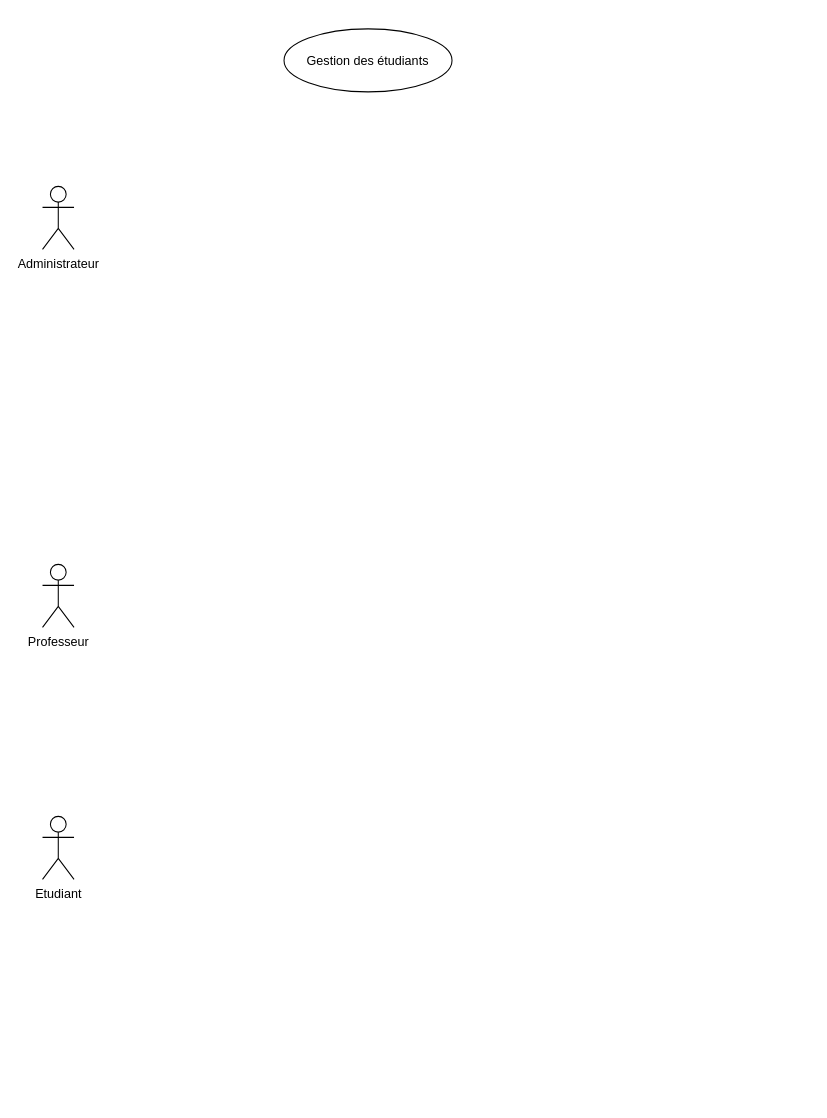
This is Diagramme activité.drawio from Alino999/U-AUBEN, a draw.io file, before an edit. Source tidied: cells renumbered, new cells numbered last; positions are measured from the earlier drawing's top-left corner, leaving out a move shared by most shapes. Both pictures are drawn from the tidied source at 105%, with x=0, y=0 at pixel (42, 28).
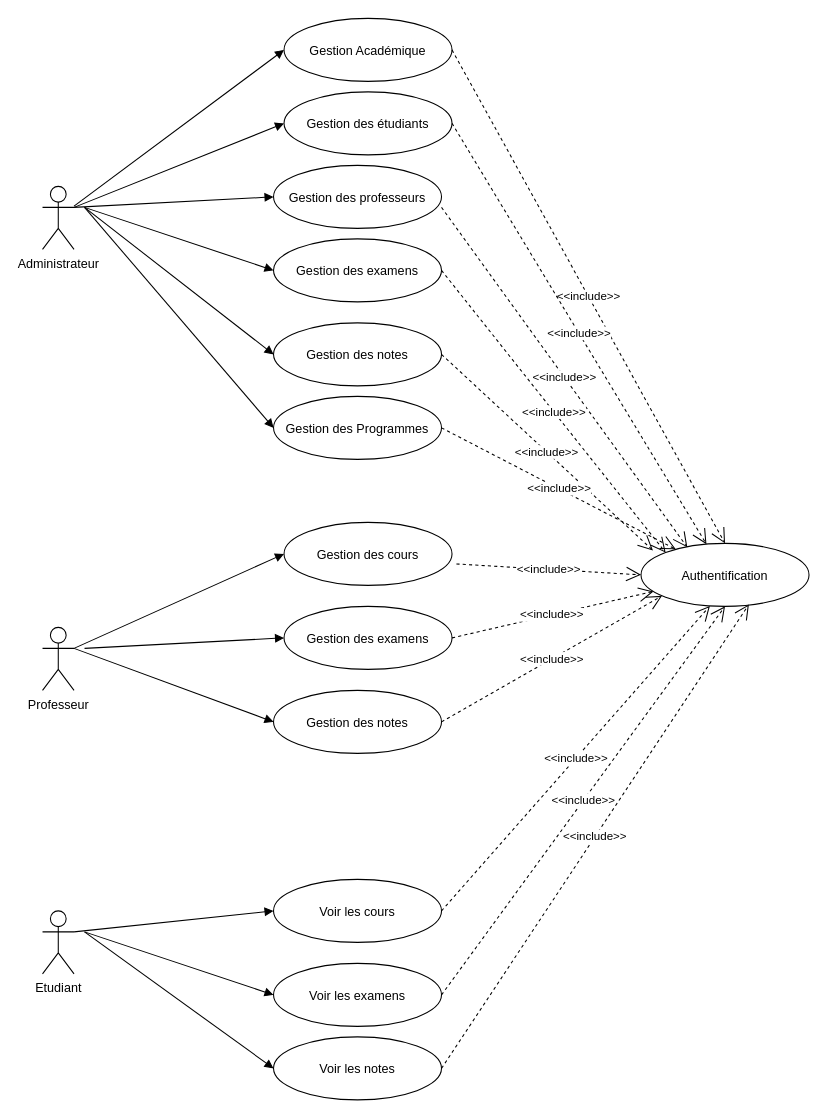
The same diagram, later.

Commit message (it also covers changes not shown here):
Mettre à jour Diagramme activité.drawio

The change refers to these unchanged cells:
```xml
<mxCell id="2" value="Administrateur" style="shape=umlActor;verticalLabelPosition=bottom;verticalAlign=top;html=1;" parent="1" vertex="1">
  <mxGeometry y="150" width="30" height="60" as="geometry" />
</mxCell>
```

What changed in the source:
```diff
@@
     <mxCell id="3" value="Professeur" style="shape=umlActor;verticalLabelPosition=bottom;verticalAlign=top;html=1;" parent="1" vertex="1">
-      <mxGeometry y="510" width="30" height="60" as="geometry" />
+      <mxGeometry y="570" width="30" height="60" as="geometry" />
     </mxCell>
     <mxCell id="4" value="Etudiant" style="shape=umlActor;verticalLabelPosition=bottom;verticalAlign=top;html=1;" parent="1" vertex="1">
-      <mxGeometry y="750" width="30" height="60" as="geometry" />
+      <mxGeometry y="840" width="30" height="60" as="geometry" />
     </mxCell>
-    <mxCell id="5" value="Gestion des étudiants" style="ellipse;" parent="1" vertex="1">
-      <mxGeometry x="230" width="160" height="60" as="geometry" />
+    <mxCell id="5" value="Gestion des étudiants" style="ellipse;strokeColor=#000000;" parent="1" vertex="1">
+      <mxGeometry x="230" y="60" width="160" height="60" as="geometry" />
     </mxCell>
+    <mxCell id="6" value="Gestion des professeurs" style="ellipse;strokeColor=#000000;" parent="1" vertex="1">
+      <mxGeometry x="220" y="130" width="160" height="60" as="geometry" />
+    </mxCell>
+    <mxCell id="7" value="Gestion Académique" style="ellipse;strokeColor=#000000;" parent="1" vertex="1">
+      <mxGeometry x="230" y="-10" width="160" height="60" as="geometry" />
+    </mxCell>
+    <mxCell id="8" value="Gestion des examens" style="ellipse;strokeColor=#000000;" parent="1" vertex="1">
+      <mxGeometry x="220" y="200" width="160" height="60" as="geometry" />
+    </mxCell>
+    <mxCell id="9" value="Gestion des notes" style="ellipse;strokeColor=#000000;" parent="1" vertex="1">
+      <mxGeometry x="220" y="280" width="160" height="60" as="geometry" />
+    </mxCell>
+    <mxCell id="10" value="Gestion des Programmes" style="ellipse;strokeColor=#000000;" parent="1" vertex="1">
+      <mxGeometry x="220" y="350" width="160" height="60" as="geometry" />
+    </mxCell>
+    <mxCell id="11" value="Gestion des notes" style="ellipse;strokeColor=#000000;" parent="1" vertex="1">
+      <mxGeometry x="220" y="630" width="160" height="60" as="geometry" />
+    </mxCell>
+    <mxCell id="12" value="Gestion des examens" style="ellipse;strokeColor=#000000;" parent="1" vertex="1">
+      <mxGeometry x="230" y="550" width="160" height="60" as="geometry" />
+    </mxCell>
+    <mxCell id="13" value="Gestion des cours" style="ellipse;strokeColor=#000000;" parent="1" vertex="1">
+      <mxGeometry x="230" y="470" width="160" height="60" as="geometry" />
+    </mxCell>
+    <mxCell id="14" value="Voir les notes" style="ellipse;strokeColor=#000000;" parent="1" vertex="1">
+      <mxGeometry x="220" y="960" width="160" height="60" as="geometry" />
+    </mxCell>
+    <mxCell id="15" value="Voir les examens" style="ellipse;strokeColor=#000000;" parent="1" vertex="1">
+      <mxGeometry x="220" y="890" width="160" height="60" as="geometry" />
+    </mxCell>
+    <mxCell id="16" value="Voir les cours" style="ellipse;strokeColor=#000000;" parent="1" vertex="1">
+      <mxGeometry x="220" y="810" width="160" height="60" as="geometry" />
+    </mxCell>
+    <mxCell id="17" value="Authentification" style="ellipse;strokeColor=#000000;" parent="1" vertex="1">
+      <mxGeometry x="570" y="490" width="160" height="60" as="geometry" />
+    </mxCell>
+    <mxCell id="18" value="&amp;lt;&amp;lt;include&amp;gt;&amp;gt;" style="endArrow=open;endSize=12;dashed=1;html=1;rounded=0;exitX=1;exitY=0.5;exitDx=0;exitDy=0;entryX=0.5;entryY=0;entryDx=0;entryDy=0;" parent="1" edge="1" source="7" target="17">
+      <mxGeometry relative="1" as="geometry" />
+    </mxCell>
+    <mxCell id="19" value="&amp;lt;&amp;lt;include&amp;gt;&amp;gt;" style="endArrow=open;endSize=12;dashed=1;html=1;rounded=0;exitX=1;exitY=0.5;exitDx=0;exitDy=0;" parent="1" edge="1" source="5" target="17">
+      <mxGeometry relative="1" as="geometry" />
+    </mxCell>
+    <mxCell id="20" value="&amp;lt;&amp;lt;include&amp;gt;&amp;gt;" style="endArrow=open;endSize=12;dashed=1;html=1;rounded=0;entryX=0.088;entryY=0.231;entryDx=0;entryDy=0;entryPerimeter=0;exitX=1;exitY=0.667;exitDx=0;exitDy=0;exitPerimeter=0;" parent="1" edge="1" source="6">
+      <mxGeometry relative="1" as="geometry">
+        <mxPoint x="614.1" y="493.8" as="targetPoint" />
+      </mxGeometry>
+    </mxCell>
+    <mxCell id="21" value="&amp;lt;&amp;lt;include&amp;gt;&amp;gt;" style="endArrow=open;endSize=12;dashed=1;html=1;rounded=0;entryX=0;entryY=0;entryDx=0;entryDy=0;exitX=1;exitY=0.5;exitDx=0;exitDy=0;" parent="1" edge="1" source="8" target="17">
+      <mxGeometry relative="1" as="geometry" />
+    </mxCell>
+    <mxCell id="22" value="&amp;lt;&amp;lt;include&amp;gt;&amp;gt;" style="endArrow=open;endSize=12;dashed=1;html=1;rounded=0;entryX=0.071;entryY=0.112;entryDx=0;entryDy=0;entryPerimeter=0;exitX=1;exitY=0.5;exitDx=0;exitDy=0;" parent="1" edge="1" source="9" target="17">
+      <mxGeometry relative="1" as="geometry" />
+    </mxCell>
+    <mxCell id="23" value="&amp;lt;&amp;lt;include&amp;gt;&amp;gt;" style="endArrow=open;endSize=12;dashed=1;html=1;rounded=0;exitX=1;exitY=0.5;exitDx=0;exitDy=0;" parent="1" edge="1" source="10" target="17">
+      <mxGeometry relative="1" as="geometry" />
+    </mxCell>
+    <mxCell id="24" value="&amp;lt;&amp;lt;include&amp;gt;&amp;gt;" style="endArrow=open;endSize=12;dashed=1;html=1;rounded=0;entryX=0;entryY=0.5;entryDx=0;entryDy=0;exitX=1.026;exitY=0.66;exitDx=0;exitDy=0;exitPerimeter=0;" parent="1" edge="1" source="13" target="17">
+      <mxGeometry relative="1" as="geometry" />
+    </mxCell>
+    <mxCell id="25" value="&amp;lt;&amp;lt;include&amp;gt;&amp;gt;" style="endArrow=open;endSize=12;dashed=1;html=1;rounded=0;exitX=1;exitY=0.5;exitDx=0;exitDy=0;" parent="1" edge="1" source="12" target="17">
+      <mxGeometry relative="1" as="geometry" />
+    </mxCell>
+    <mxCell id="26" value="&amp;lt;&amp;lt;include&amp;gt;&amp;gt;" style="endArrow=open;endSize=12;dashed=1;html=1;rounded=0;exitX=1;exitY=0.5;exitDx=0;exitDy=0;entryX=0.125;entryY=0.833;entryDx=0;entryDy=0;entryPerimeter=0;" parent="1" edge="1" source="11" target="17">
+      <mxGeometry relative="1" as="geometry" />
+    </mxCell>
+    <mxCell id="27" value="&amp;lt;&amp;lt;include&amp;gt;&amp;gt;" style="endArrow=open;endSize=12;dashed=1;html=1;rounded=0;entryX=0.41;entryY=0.993;entryDx=0;entryDy=0;entryPerimeter=0;exitX=1;exitY=0.5;exitDx=0;exitDy=0;" parent="1" edge="1" source="16" target="17">
+      <mxGeometry relative="1" as="geometry" />
+    </mxCell>
+    <mxCell id="28" value="&amp;lt;&amp;lt;include&amp;gt;&amp;gt;" style="endArrow=open;endSize=12;dashed=1;html=1;rounded=0;entryX=0.5;entryY=1;entryDx=0;entryDy=0;exitX=1;exitY=0.5;exitDx=0;exitDy=0;" parent="1" edge="1" source="15" target="17">
+      <mxGeometry relative="1" as="geometry" />
+    </mxCell>
+    <mxCell id="29" value="&amp;lt;&amp;lt;include&amp;gt;&amp;gt;" style="endArrow=open;endSize=12;dashed=1;html=1;rounded=0;entryX=0.642;entryY=0.969;entryDx=0;entryDy=0;entryPerimeter=0;exitX=1;exitY=0.5;exitDx=0;exitDy=0;" parent="1" edge="1" source="14" target="17">
+      <mxGeometry relative="1" as="geometry" />
+    </mxCell>
+    <mxCell id="30" style="html=1;verticalAlign=bottom;endArrow=block;curved=0;rounded=0;entryX=0;entryY=0.5;entryDx=0;entryDy=0;" parent="1" edge="1" source="2" target="7">
+      <mxGeometry relative="1" as="geometry" />
+    </mxCell>
+    <mxCell id="31" style="html=1;verticalAlign=bottom;endArrow=block;curved=0;rounded=0;entryX=0;entryY=0.5;entryDx=0;entryDy=0;exitX=1;exitY=0.3333333333333333;exitDx=0;exitDy=0;exitPerimeter=0;" parent="1" edge="1" source="2" target="5">
+      <mxGeometry relative="1" as="geometry" />
+    </mxCell>
+    <mxCell id="32" style="html=1;verticalAlign=bottom;endArrow=block;curved=0;rounded=0;entryX=0;entryY=0.5;entryDx=0;entryDy=0;exitX=1;exitY=0.3333333333333333;exitDx=0;exitDy=0;exitPerimeter=0;" parent="1" edge="1" source="2" target="6">
+      <mxGeometry relative="1" as="geometry" />
+    </mxCell>
+    <mxCell id="33" style="html=1;verticalAlign=bottom;endArrow=block;curved=0;rounded=0;entryX=0;entryY=0.5;entryDx=0;entryDy=0;" parent="1" edge="1" target="8">
+      <mxGeometry relative="1" as="geometry">
+        <mxPoint x="40" y="170" as="sourcePoint" />
+      </mxGeometry>
+    </mxCell>
+    <mxCell id="34" style="html=1;verticalAlign=bottom;endArrow=block;curved=0;rounded=0;entryX=0;entryY=0.5;entryDx=0;entryDy=0;" parent="1" edge="1" target="9">
+      <mxGeometry relative="1" as="geometry">
+        <mxPoint x="40" y="170" as="sourcePoint" />
+      </mxGeometry>
+    </mxCell>
+    <mxCell id="35" style="html=1;verticalAlign=bottom;endArrow=block;curved=0;rounded=0;entryX=0;entryY=0.5;entryDx=0;entryDy=0;" parent="1" edge="1" target="10">
+      <mxGeometry relative="1" as="geometry">
+        <mxPoint x="40" y="170" as="sourcePoint" />
+      </mxGeometry>
+    </mxCell>
+    <mxCell id="36" style="html=1;verticalAlign=bottom;endArrow=block;curved=0;rounded=0;entryX=0;entryY=0.5;entryDx=0;entryDy=0;exitX=1;exitY=0.3333333333333333;exitDx=0;exitDy=0;exitPerimeter=0;" parent="1" edge="1" source="3" target="13">
+      <mxGeometry relative="1" as="geometry" />
+    </mxCell>
+    <mxCell id="37" style="html=1;verticalAlign=bottom;endArrow=block;curved=0;rounded=0;entryX=0;entryY=0.5;entryDx=0;entryDy=0;" parent="1" edge="1" target="12">
+      <mxGeometry relative="1" as="geometry">
+        <mxPoint x="40" y="590" as="sourcePoint" />
+      </mxGeometry>
+    </mxCell>
+    <mxCell id="38" style="html=1;verticalAlign=bottom;endArrow=block;curved=0;rounded=0;entryX=0;entryY=0.5;entryDx=0;entryDy=0;" parent="1" edge="1" target="11">
+      <mxGeometry relative="1" as="geometry">
+        <mxPoint x="30" y="590" as="sourcePoint" />
+      </mxGeometry>
+    </mxCell>
+    <mxCell id="39" style="html=1;verticalAlign=bottom;endArrow=block;curved=0;rounded=0;entryX=0;entryY=0.5;entryDx=0;entryDy=0;exitX=1;exitY=0.3333333333333333;exitDx=0;exitDy=0;exitPerimeter=0;" parent="1" edge="1" source="4" target="16">
+      <mxGeometry relative="1" as="geometry" />
+    </mxCell>
+    <mxCell id="40" style="html=1;verticalAlign=bottom;endArrow=block;curved=0;rounded=0;entryX=0;entryY=0.5;entryDx=0;entryDy=0;" parent="1" edge="1" target="15">
+      <mxGeometry relative="1" as="geometry">
+        <mxPoint x="40" y="860" as="sourcePoint" />
+      </mxGeometry>
+    </mxCell>
+    <mxCell id="41" style="html=1;verticalAlign=bottom;endArrow=block;curved=0;rounded=0;entryX=0;entryY=0.5;entryDx=0;entryDy=0;" parent="1" edge="1" target="14">
+      <mxGeometry relative="1" as="geometry">
+        <mxPoint x="40" y="860" as="sourcePoint" />
+      </mxGeometry>
+    </mxCell>
```
